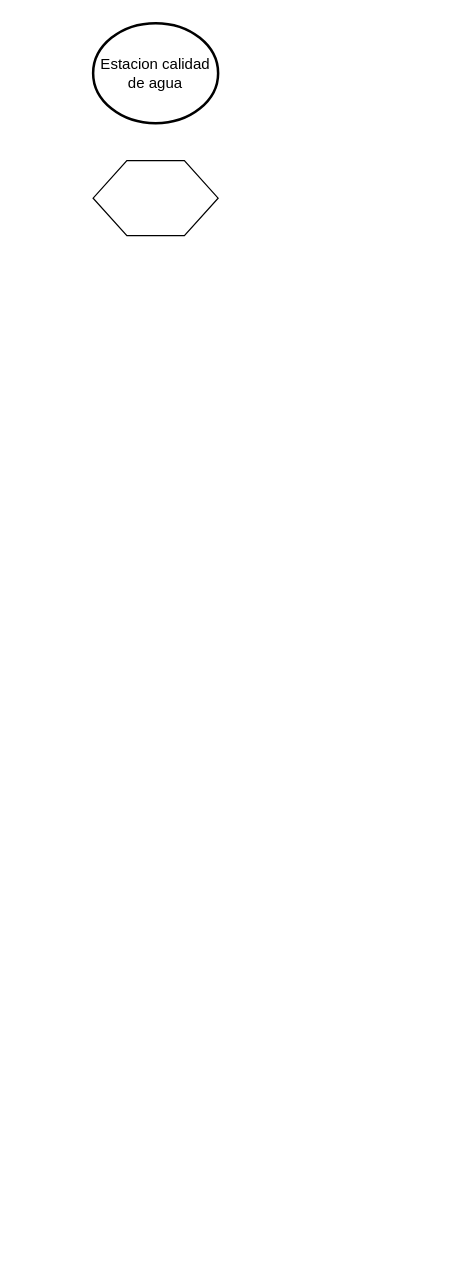
The draw.io diagram page "Diagrama de flujo" (1 of 3) of docs/Diagramas/Estacion rio jachal.drawio in AgustinAllegui/Estacion-calidad-agua, before the edit. Source tidied: cells renumbered, new cells numbered last; positions are measured from the earlier drawing's top-left corner, leaving out a move shared by most shapes. Both pictures are drawn from the tidied source at 125%, with x=0, y=0 at pixel (92, 22).
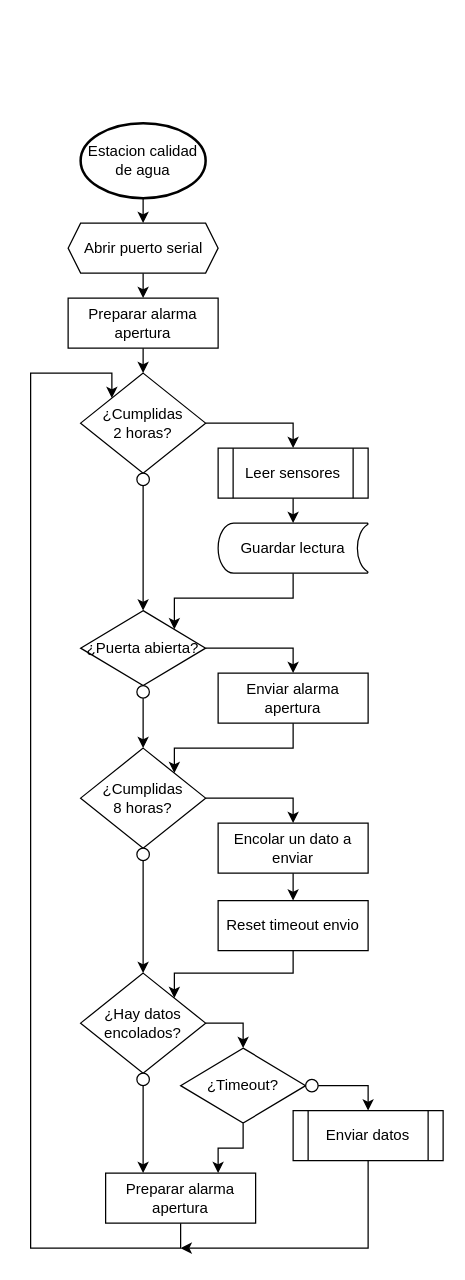
The same page after the edit.

Commit message (it also covers changes not shown here):
Agregados diagramas

What changed in the source:
```diff
@@
+    <mxCell id="4" style="edgeStyle=orthogonalEdgeStyle;rounded=0;jettySize=auto;html=1;exitX=0.5;exitY=1;exitDx=0;exitDy=0;exitPerimeter=0;entryX=0.5;entryY=0;entryDx=0;entryDy=0;" parent="1" edge="1" source="2" target="3">
+      <mxGeometry relative="1" as="geometry" />
+    </mxCell>
     <mxCell id="2" value="Estacion calidad de agua" style="strokeWidth=2;html=1;shape=mxgraph.flowchart.start_2;whiteSpace=wrap;" parent="1" vertex="1">
-      <mxGeometry width="100" height="80" as="geometry" />
+      <mxGeometry x="-10" y="80" width="100" height="60" as="geometry" />
     </mxCell>
+    <mxCell id="5" style="edgeStyle=orthogonalEdgeStyle;rounded=0;jettySize=auto;html=1;exitX=0.5;exitY=1;exitDx=0;exitDy=0;entryX=0.5;entryY=0;entryDx=0;entryDy=0;" parent="1" edge="1" source="3" target="7">
+      <mxGeometry relative="1" as="geometry" />
+    </mxCell>
-    <mxCell id="3" style="verticalLabelPosition=bottom;verticalAlign=top;html=1;shape=hexagon;perimeter=hexagonPerimeter2;arcSize=6;size=0.27;" parent="1" vertex="1">
-      <mxGeometry y="110" width="100" height="60" as="geometry" />
+    <mxCell id="3" value="Abrir puerto serial" style="verticalLabelPosition=middle;verticalAlign=middle;html=1;shape=hexagon;perimeter=hexagonPerimeter2;arcSize=6;size=0.08333333333333333;labelPosition=center;align=center;" parent="1" vertex="1">
+      <mxGeometry x="-20" y="160" width="120" height="40" as="geometry" />
     </mxCell>
+    <mxCell id="6" style="edgeStyle=orthogonalEdgeStyle;rounded=0;jettySize=auto;html=1;exitX=0.5;exitY=1;exitDx=0;exitDy=0;entryX=0.5;entryY=0;entryDx=0;entryDy=0;" parent="1" edge="1" source="7" target="15">
+      <mxGeometry relative="1" as="geometry" />
+    </mxCell>
+    <mxCell id="7" value="Preparar alarma apertura" style="rounded=0;whiteSpace=wrap;html=1;verticalAlign=middle;" parent="1" vertex="1">
+      <mxGeometry x="-20" y="220" width="120" height="40" as="geometry" />
+    </mxCell>
+    <mxCell id="8" style="edgeStyle=orthogonalEdgeStyle;rounded=0;jettySize=auto;html=1;exitX=1;exitY=0.5;exitDx=0;exitDy=0;entryX=0.5;entryY=0;entryDx=0;entryDy=0;" parent="1" edge="1" source="9" target="13">
+      <mxGeometry relative="1" as="geometry" />
+    </mxCell>
+    <mxCell id="9" value="¿Puerta abierta?" style="rhombus;whiteSpace=wrap;html=1;verticalAlign=middle;" parent="1" vertex="1">
+      <mxGeometry x="-10" y="470" width="100" height="60" as="geometry" />
+    </mxCell>
+    <mxCell id="10" style="edgeStyle=orthogonalEdgeStyle;rounded=0;jettySize=auto;html=1;exitX=0.5;exitY=1;exitDx=0;exitDy=0;entryX=0.5;entryY=0;entryDx=0;entryDy=0;" parent="1" edge="1" source="11" target="23">
+      <mxGeometry relative="1" as="geometry" />
+    </mxCell>
+    <mxCell id="11" style="ellipse;whiteSpace=wrap;html=1;verticalAlign=middle;" parent="1" vertex="1">
+      <mxGeometry x="35" y="530" width="10" height="10" as="geometry" />
+    </mxCell>
+    <mxCell id="12" style="edgeStyle=orthogonalEdgeStyle;rounded=0;jettySize=auto;html=1;exitX=0.5;exitY=1;exitDx=0;exitDy=0;entryX=1;entryY=0;entryDx=0;entryDy=0;" parent="1" edge="1" source="13" target="23">
+      <mxGeometry relative="1" as="geometry">
+        <Array as="points">
+          <mxPoint x="160" y="580" />
+          <mxPoint x="65" y="580" />
+        </Array>
+      </mxGeometry>
+    </mxCell>
+    <mxCell id="13" value="Enviar alarma apertura" style="rounded=0;whiteSpace=wrap;html=1;verticalAlign=middle;" parent="1" vertex="1">
+      <mxGeometry x="100" y="520" width="120" height="40" as="geometry" />
+    </mxCell>
+    <mxCell id="14" style="edgeStyle=orthogonalEdgeStyle;rounded=0;jettySize=auto;html=1;exitX=1;exitY=0.5;exitDx=0;exitDy=0;entryX=0.5;entryY=0;entryDx=0;entryDy=0;" parent="1" edge="1" source="15" target="19">
+      <mxGeometry relative="1" as="geometry" />
+    </mxCell>
+    <mxCell id="15" value="¿Cumplidas&lt;br&gt;2 horas?" style="rhombus;whiteSpace=wrap;html=1;verticalAlign=middle;" parent="1" vertex="1">
+      <mxGeometry x="-10" y="280" width="100" height="80" as="geometry" />
+    </mxCell>
+    <mxCell id="16" style="edgeStyle=orthogonalEdgeStyle;rounded=0;jettySize=auto;html=1;exitX=0.5;exitY=1;exitDx=0;exitDy=0;entryX=0.5;entryY=0;entryDx=0;entryDy=0;" parent="1" edge="1" source="17" target="9">
+      <mxGeometry relative="1" as="geometry" />
+    </mxCell>
+    <mxCell id="17" style="ellipse;whiteSpace=wrap;html=1;verticalAlign=middle;" parent="1" vertex="1">
+      <mxGeometry x="35" y="360" width="10" height="10" as="geometry" />
+    </mxCell>
+    <mxCell id="18" style="edgeStyle=orthogonalEdgeStyle;rounded=0;jettySize=auto;html=1;exitX=0.5;exitY=1;exitDx=0;exitDy=0;entryX=0.5;entryY=0;entryDx=0;entryDy=0;entryPerimeter=0;" parent="1" edge="1" source="19" target="21">
+      <mxGeometry relative="1" as="geometry" />
+    </mxCell>
+    <mxCell id="19" value="Leer sensores" style="shape=process;whiteSpace=wrap;html=1;backgroundOutline=1;verticalAlign=middle;" parent="1" vertex="1">
+      <mxGeometry x="100" y="340" width="120" height="40" as="geometry" />
+    </mxCell>
+    <mxCell id="20" style="edgeStyle=orthogonalEdgeStyle;rounded=0;jettySize=auto;html=1;exitX=0.5;exitY=1;exitDx=0;exitDy=0;exitPerimeter=0;entryX=1;entryY=0;entryDx=0;entryDy=0;" parent="1" edge="1" source="21" target="9">
+      <mxGeometry relative="1" as="geometry">
+        <Array as="points">
+          <mxPoint x="160" y="460" />
+          <mxPoint x="65" y="460" />
+        </Array>
+      </mxGeometry>
+    </mxCell>
+    <mxCell id="21" value="Guardar lectura" style="strokeWidth=1;html=1;shape=mxgraph.flowchart.stored_data;whiteSpace=wrap;verticalAlign=middle;" parent="1" vertex="1">
+      <mxGeometry x="100" y="400" width="120" height="40" as="geometry" />
+    </mxCell>
+    <mxCell id="22" style="edgeStyle=orthogonalEdgeStyle;rounded=0;jettySize=auto;html=1;exitX=1;exitY=0.5;exitDx=0;exitDy=0;entryX=0.5;entryY=0;entryDx=0;entryDy=0;" parent="1" edge="1" source="23" target="27">
+      <mxGeometry relative="1" as="geometry" />
+    </mxCell>
+    <mxCell id="23" value="¿Cumplidas&lt;br&gt;8 horas?" style="rhombus;whiteSpace=wrap;html=1;verticalAlign=middle;" parent="1" vertex="1">
+      <mxGeometry x="-10" y="580" width="100" height="80" as="geometry" />
+    </mxCell>
+    <mxCell id="24" style="edgeStyle=orthogonalEdgeStyle;rounded=0;jettySize=auto;html=1;exitX=0.5;exitY=1;exitDx=0;exitDy=0;entryX=0.5;entryY=0;entryDx=0;entryDy=0;" parent="1" edge="1" source="25" target="29">
+      <mxGeometry relative="1" as="geometry" />
+    </mxCell>
+    <mxCell id="25" style="ellipse;whiteSpace=wrap;html=1;verticalAlign=middle;" parent="1" vertex="1">
+      <mxGeometry x="35" y="660" width="10" height="10" as="geometry" />
+    </mxCell>
+    <mxCell id="26" style="edgeStyle=orthogonalEdgeStyle;rounded=0;jettySize=auto;html=1;exitX=0.5;exitY=1;exitDx=0;exitDy=0;entryX=0.5;entryY=0;entryDx=0;entryDy=0;" parent="1" edge="1" source="27" target="33">
+      <mxGeometry relative="1" as="geometry" />
+    </mxCell>
+    <mxCell id="27" value="Encolar un dato a enviar" style="rounded=0;whiteSpace=wrap;html=1;verticalAlign=middle;" parent="1" vertex="1">
+      <mxGeometry x="100" y="640" width="120" height="40" as="geometry" />
+    </mxCell>
+    <mxCell id="28" style="edgeStyle=orthogonalEdgeStyle;rounded=0;jettySize=auto;html=1;exitX=1;exitY=0.5;exitDx=0;exitDy=0;entryX=0.5;entryY=0;entryDx=0;entryDy=0;" parent="1" edge="1" source="29" target="35">
+      <mxGeometry relative="1" as="geometry" />
+    </mxCell>
+    <mxCell id="29" value="¿Hay datos encolados?" style="rhombus;whiteSpace=wrap;html=1;verticalAlign=middle;" parent="1" vertex="1">
+      <mxGeometry x="-10" y="760" width="100" height="80" as="geometry" />
+    </mxCell>
+    <mxCell id="30" style="edgeStyle=orthogonalEdgeStyle;rounded=0;jettySize=auto;html=1;exitX=0.5;exitY=1;exitDx=0;exitDy=0;entryX=0.25;entryY=0;entryDx=0;entryDy=0;" parent="1" edge="1" source="31" target="41">
+      <mxGeometry relative="1" as="geometry" />
+    </mxCell>
+    <mxCell id="31" style="ellipse;whiteSpace=wrap;html=1;verticalAlign=middle;" parent="1" vertex="1">
+      <mxGeometry x="35" y="840" width="10" height="10" as="geometry" />
+    </mxCell>
+    <mxCell id="32" style="edgeStyle=orthogonalEdgeStyle;rounded=0;jettySize=auto;html=1;exitX=0.5;exitY=1;exitDx=0;exitDy=0;entryX=1;entryY=0;entryDx=0;entryDy=0;" parent="1" edge="1" source="33" target="29">
+      <mxGeometry relative="1" as="geometry">
+        <Array as="points">
+          <mxPoint x="160" y="760" />
+          <mxPoint x="65" y="760" />
+        </Array>
+      </mxGeometry>
+    </mxCell>
+    <mxCell id="33" value="Reset timeout envio" style="rounded=0;whiteSpace=wrap;html=1;verticalAlign=middle;" parent="1" vertex="1">
+      <mxGeometry x="100" y="702" width="120" height="40" as="geometry" />
+    </mxCell>
+    <mxCell id="34" style="edgeStyle=orthogonalEdgeStyle;rounded=0;jettySize=auto;html=1;exitX=0.5;exitY=1;exitDx=0;exitDy=0;entryX=0.75;entryY=0;entryDx=0;entryDy=0;" parent="1" edge="1" source="35" target="41">
+      <mxGeometry relative="1" as="geometry" />
+    </mxCell>
+    <mxCell id="35" value="¿Timeout?" style="rhombus;whiteSpace=wrap;html=1;verticalAlign=middle;" parent="1" vertex="1">
+      <mxGeometry x="70" y="820" width="100" height="60" as="geometry" />
+    </mxCell>
+    <mxCell id="36" style="edgeStyle=orthogonalEdgeStyle;rounded=0;jettySize=auto;html=1;exitX=1;exitY=0.5;exitDx=0;exitDy=0;entryX=0.5;entryY=0;entryDx=0;entryDy=0;" parent="1" edge="1" source="37" target="39">
+      <mxGeometry relative="1" as="geometry" />
+    </mxCell>
+    <mxCell id="37" style="ellipse;whiteSpace=wrap;html=1;verticalAlign=middle;" parent="1" vertex="1">
+      <mxGeometry x="170" y="845" width="10" height="10" as="geometry" />
+    </mxCell>
+    <mxCell id="38" style="edgeStyle=orthogonalEdgeStyle;rounded=0;jettySize=auto;html=1;exitX=0.5;exitY=1;exitDx=0;exitDy=0;" parent="1" edge="1" source="39">
+      <mxGeometry relative="1" as="geometry">
+        <mxPoint x="70" y="980" as="targetPoint" />
+        <Array as="points">
+          <mxPoint x="220" y="980" />
+        </Array>
+      </mxGeometry>
+    </mxCell>
+    <mxCell id="39" value="Enviar datos" style="shape=process;whiteSpace=wrap;html=1;backgroundOutline=1;strokeWidth=1;verticalAlign=middle;" parent="1" vertex="1">
+      <mxGeometry x="160" y="870" width="120" height="40" as="geometry" />
+    </mxCell>
+    <mxCell id="40" style="edgeStyle=orthogonalEdgeStyle;rounded=0;jettySize=auto;html=1;exitX=0.5;exitY=1;exitDx=0;exitDy=0;entryX=0;entryY=0;entryDx=0;entryDy=0;" parent="1" edge="1" source="41" target="15">
+      <mxGeometry relative="1" as="geometry">
+        <Array as="points">
+          <mxPoint x="70" y="980" />
+          <mxPoint x="-50" y="980" />
+          <mxPoint x="-50" y="280" />
+          <mxPoint x="15" y="280" />
+        </Array>
+      </mxGeometry>
+    </mxCell>
+    <mxCell id="41" value="Preparar alarma apertura" style="rounded=0;whiteSpace=wrap;html=1;verticalAlign=middle;" parent="1" vertex="1">
+      <mxGeometry x="10" y="920" width="120" height="40" as="geometry" />
+    </mxCell>
```
